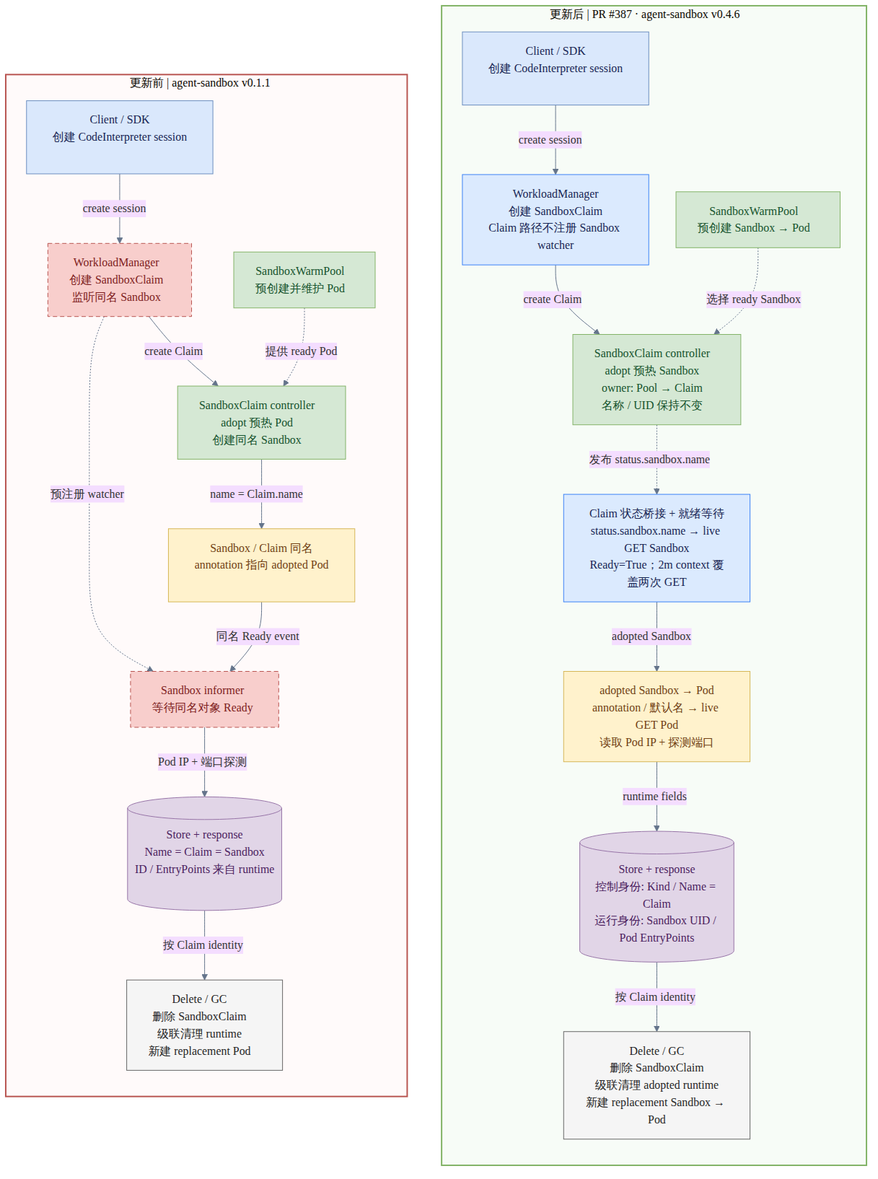
The Mermaid diagram internship-reports/day30-pr387-before-after-data-flow.png in ranxi2001/agentcube, before a commit. Its source is kept beside it as internship-reports/day30-pr387-before-after-data-flow.mmd. Its diagram source:
```mermaid
---
config:
  theme: base
  themeVariables:
    background: "#ffffff"
    fontFamily: "Noto Sans CJK SC, Microsoft YaHei, Arial, sans-serif"
    lineColor: "#64748b"
  flowchart:
    curve: basis
    htmlLabels: true
    nodeSpacing: 38
    rankSpacing: 48
---
flowchart LR
    accTitle: PR 387 warm-pool data flow before and after the agent-sandbox upgrade
    accDescr: The old v0.1.1 path adopts a pre-warmed Pod and creates a Sandbox with the Claim name. The new v0.4.6 path adopts a pre-warmed Sandbox with a different runtime identity, publishes that name through Claim status, and preserves the Claim identity in Store for deletion.

    subgraph BEFORE["更新前 | agent-sandbox v0.1.1"]
        direction TB
        B_REQ["Client / SDK<br/>创建 CodeInterpreter session"]:::source
        B_WM["WorkloadManager<br/>创建 SandboxClaim<br/>监听同名 Sandbox"]:::legacy
        B_POOL["SandboxWarmPool<br/>预创建并维护 Pod"]:::controller
        B_ADOPT["SandboxClaim controller<br/>adopt 预热 Pod<br/>创建同名 Sandbox"]:::controller
        B_RUNTIME["Sandbox / Claim 同名<br/>annotation 指向 adopted Pod"]:::runtime
        B_READY["Sandbox informer<br/>等待同名对象 Ready"]:::legacy
        B_STORE[("Store + response<br/>Name = Claim = Sandbox<br/>ID / EntryPoints 来自 runtime")]:::state
        B_DELETE["Delete / GC<br/>删除 SandboxClaim<br/>级联清理 runtime<br/>新建 replacement Pod"]:::lifecycle

        B_REQ -->|create session| B_WM
        B_WM -->|create Claim| B_ADOPT
        B_POOL -.->|提供 ready Pod| B_ADOPT
        B_ADOPT -->|name = Claim.name| B_RUNTIME
        B_RUNTIME -->|同名 Ready event| B_READY
        B_WM -.->|预注册 watcher| B_READY
        B_READY -->|Pod IP + 端口探测| B_STORE
        B_STORE -->|按 Claim identity| B_DELETE
    end

    subgraph AFTER["更新后 | PR #387 · agent-sandbox v0.4.6"]
        direction TB
        A_REQ["Client / SDK<br/>创建 CodeInterpreter session"]:::source
        A_WM["WorkloadManager<br/>创建 SandboxClaim<br/>Claim 路径不注册 Sandbox watcher"]:::process
        A_POOL["SandboxWarmPool<br/>预创建 Sandbox → Pod"]:::controller
        A_ADOPT["SandboxClaim controller<br/>adopt 预热 Sandbox<br/>owner: Pool → Claim<br/>名称 / UID 保持不变"]:::controller
        A_READY["Claim 状态桥接 + 就绪等待<br/>status.sandbox.name → live GET Sandbox<br/>Ready=True；2m context 覆盖两次 GET"]:::process
        A_RUNTIME["adopted Sandbox → Pod<br/>annotation / 默认名 → live GET Pod<br/>读取 Pod IP + 探测端口"]:::runtime
        A_STORE[("Store + response<br/>控制身份: Kind / Name = Claim<br/>运行身份: Sandbox UID / Pod EntryPoints")]:::state
        A_DELETE["Delete / GC<br/>删除 SandboxClaim<br/>级联清理 adopted runtime<br/>新建 replacement Sandbox → Pod"]:::lifecycle

        A_REQ -->|create session| A_WM
        A_WM -->|create Claim| A_ADOPT
        A_POOL -.->|选择 ready Sandbox| A_ADOPT
        A_ADOPT -.->|发布 status.sandbox.name| A_READY
        A_READY -->|adopted Sandbox| A_RUNTIME
        A_RUNTIME -->|runtime fields| A_STORE
        A_STORE -->|按 Claim identity| A_DELETE
    end

    B_REQ ~~~ A_REQ

    classDef source fill:#dae8fc,stroke:#6c8ebf,color:#172554;
    classDef process fill:#dbeafe,stroke:#3b82f6,color:#172554;
    classDef controller fill:#d5e8d4,stroke:#82b366,color:#14532d;
    classDef runtime fill:#fff2cc,stroke:#d6b656,color:#713f12;
    classDef state fill:#e1d5e7,stroke:#9673a6,color:#4c1d5f;
    classDef lifecycle fill:#f5f5f5,stroke:#666666,color:#262626;
    classDef legacy fill:#f8cecc,stroke:#b85450,color:#7f1d1d,stroke-dasharray:6 4;

    style BEFORE fill:#fffafa,stroke:#b85450,stroke-width:2px
    style AFTER fill:#f7fcf7,stroke:#82b366,stroke-width:2px
```
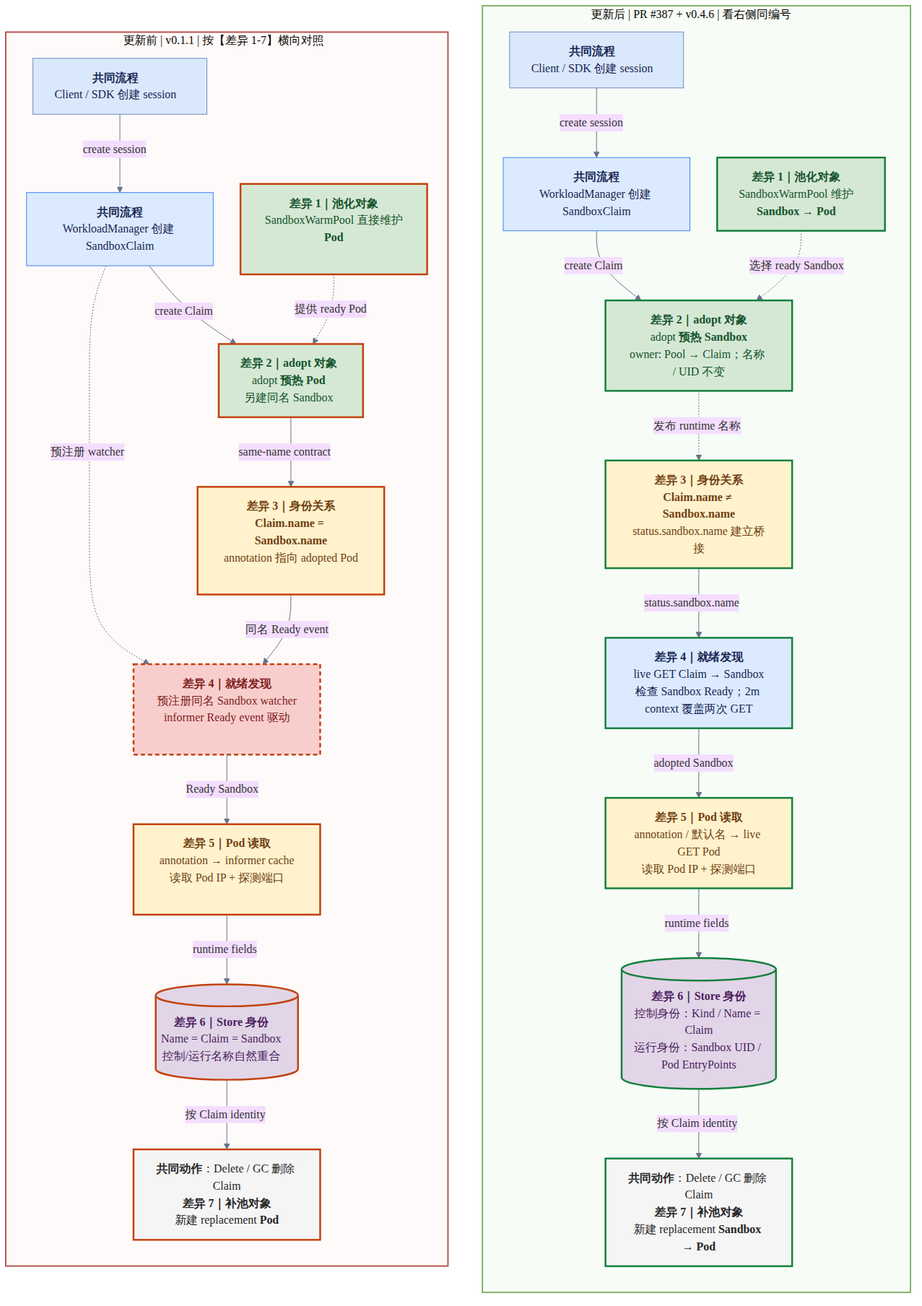
Later version of the same file.

Commit message:
docs: label pr 387 data flow differences [skip ci]

Change to the diagram source:
```diff
@@ -15,44 +15,48 @@
     accTitle: PR 387 warm-pool data flow before and after the agent-sandbox upgrade
     accDescr: The old v0.1.1 path adopts a pre-warmed Pod and creates a Sandbox with the Claim name. The new v0.4.6 path adopts a pre-warmed Sandbox with a different runtime identity, publishes that name through Claim status, and preserves the Claim identity in Store for deletion.
 
-    subgraph BEFORE["更新前 | agent-sandbox v0.1.1"]
+    subgraph BEFORE["更新前 | v0.1.1 | 按【差异 1-7】横向对照"]
         direction TB
-        B_REQ["Client / SDK<br/>创建 CodeInterpreter session"]:::source
-        B_WM["WorkloadManager<br/>创建 SandboxClaim<br/>监听同名 Sandbox"]:::legacy
-        B_POOL["SandboxWarmPool<br/>预创建并维护 Pod"]:::controller
-        B_ADOPT["SandboxClaim controller<br/>adopt 预热 Pod<br/>创建同名 Sandbox"]:::controller
-        B_RUNTIME["Sandbox / Claim 同名<br/>annotation 指向 adopted Pod"]:::runtime
-        B_READY["Sandbox informer<br/>等待同名对象 Ready"]:::legacy
-        B_STORE[("Store + response<br/>Name = Claim = Sandbox<br/>ID / EntryPoints 来自 runtime")]:::state
-        B_DELETE["Delete / GC<br/>删除 SandboxClaim<br/>级联清理 runtime<br/>新建 replacement Pod"]:::lifecycle
+        B_REQ["<b>共同流程</b><br/>Client / SDK 创建 session"]:::source
+        B_WM["<b>共同流程</b><br/>WorkloadManager 创建 SandboxClaim"]:::process
+        B_POOL["<b>差异 1｜池化对象</b><br/>SandboxWarmPool 直接维护<br/><b>Pod</b>"]:::controller
+        B_ADOPT["<b>差异 2｜adopt 对象</b><br/>adopt <b>预热 Pod</b><br/>另建同名 Sandbox"]:::controller
+        B_IDENTITY["<b>差异 3｜身份关系</b><br/><b>Claim.name = Sandbox.name</b><br/>annotation 指向 adopted Pod"]:::runtime
+        B_READY["<b>差异 4｜就绪发现</b><br/>预注册同名 Sandbox watcher<br/>informer Ready event 驱动"]:::legacy
+        B_POD["<b>差异 5｜Pod 读取</b><br/>annotation → informer cache<br/>读取 Pod IP + 探测端口"]:::runtime
+        B_STORE[("<b>差异 6｜Store 身份</b><br/>Name = Claim = Sandbox<br/>控制/运行名称自然重合")]:::state
+        B_DELETE["<b>共同动作</b>：Delete / GC 删除 Claim<br/><b>差异 7｜补池对象</b><br/>新建 replacement <b>Pod</b>"]:::lifecycle
 
         B_REQ -->|create session| B_WM
         B_WM -->|create Claim| B_ADOPT
         B_POOL -.->|提供 ready Pod| B_ADOPT
-        B_ADOPT -->|name = Claim.name| B_RUNTIME
-        B_RUNTIME -->|同名 Ready event| B_READY
+        B_ADOPT -->|same-name contract| B_IDENTITY
+        B_IDENTITY -->|同名 Ready event| B_READY
         B_WM -.->|预注册 watcher| B_READY
-        B_READY -->|Pod IP + 端口探测| B_STORE
+        B_READY -->|Ready Sandbox| B_POD
+        B_POD -->|runtime fields| B_STORE
         B_STORE -->|按 Claim identity| B_DELETE
     end
 
-    subgraph AFTER["更新后 | PR #387 · agent-sandbox v0.4.6"]
+    subgraph AFTER["更新后 | PR #387 + v0.4.6 | 看右侧同编号"]
         direction TB
-        A_REQ["Client / SDK<br/>创建 CodeInterpreter session"]:::source
-        A_WM["WorkloadManager<br/>创建 SandboxClaim<br/>Claim 路径不注册 Sandbox watcher"]:::process
-        A_POOL["SandboxWarmPool<br/>预创建 Sandbox → Pod"]:::controller
-        A_ADOPT["SandboxClaim controller<br/>adopt 预热 Sandbox<br/>owner: Pool → Claim<br/>名称 / UID 保持不变"]:::controller
-        A_READY["Claim 状态桥接 + 就绪等待<br/>status.sandbox.name → live GET Sandbox<br/>Ready=True；2m context 覆盖两次 GET"]:::process
-        A_RUNTIME["adopted Sandbox → Pod<br/>annotation / 默认名 → live GET Pod<br/>读取 Pod IP + 探测端口"]:::runtime
-        A_STORE[("Store + response<br/>控制身份: Kind / Name = Claim<br/>运行身份: Sandbox UID / Pod EntryPoints")]:::state
-        A_DELETE["Delete / GC<br/>删除 SandboxClaim<br/>级联清理 adopted runtime<br/>新建 replacement Sandbox → Pod"]:::lifecycle
+        A_REQ["<b>共同流程</b><br/>Client / SDK 创建 session"]:::source
+        A_WM["<b>共同流程</b><br/>WorkloadManager 创建 SandboxClaim"]:::process
+        A_POOL["<b>差异 1｜池化对象</b><br/>SandboxWarmPool 维护<br/><b>Sandbox → Pod</b>"]:::controller
+        A_ADOPT["<b>差异 2｜adopt 对象</b><br/>adopt <b>预热 Sandbox</b><br/>owner: Pool → Claim；名称 / UID 不变"]:::controller
+        A_IDENTITY["<b>差异 3｜身份关系</b><br/><b>Claim.name ≠ Sandbox.name</b><br/>status.sandbox.name 建立桥接"]:::runtime
+        A_READY["<b>差异 4｜就绪发现</b><br/>live GET Claim → Sandbox<br/>检查 Sandbox Ready；2m context 覆盖两次 GET"]:::process
+        A_POD["<b>差异 5｜Pod 读取</b><br/>annotation / 默认名 → live GET Pod<br/>读取 Pod IP + 探测端口"]:::runtime
+        A_STORE[("<b>差异 6｜Store 身份</b><br/>控制身份：Kind / Name = Claim<br/>运行身份：Sandbox UID / Pod EntryPoints")]:::state
+        A_DELETE["<b>共同动作</b>：Delete / GC 删除 Claim<br/><b>差异 7｜补池对象</b><br/>新建 replacement <b>Sandbox → Pod</b>"]:::lifecycle
 
         A_REQ -->|create session| A_WM
         A_WM -->|create Claim| A_ADOPT
         A_POOL -.->|选择 ready Sandbox| A_ADOPT
-        A_ADOPT -.->|发布 status.sandbox.name| A_READY
-        A_READY -->|adopted Sandbox| A_RUNTIME
-        A_RUNTIME -->|runtime fields| A_STORE
+        A_ADOPT -.->|发布 runtime 名称| A_IDENTITY
+        A_IDENTITY -->|status.sandbox.name| A_READY
+        A_READY -->|adopted Sandbox| A_POD
+        A_POD -->|runtime fields| A_STORE
         A_STORE -->|按 Claim identity| A_DELETE
     end
 
@@ -65,6 +69,11 @@
     classDef state fill:#e1d5e7,stroke:#9673a6,color:#4c1d5f;
     classDef lifecycle fill:#f5f5f5,stroke:#666666,color:#262626;
     classDef legacy fill:#f8cecc,stroke:#b85450,color:#7f1d1d,stroke-dasharray:6 4;
+    classDef beforeDiff stroke:#c2410c,stroke-width:2.5px;
+    classDef afterDiff stroke:#15803d,stroke-width:2.5px;
+
+    class B_POOL,B_ADOPT,B_IDENTITY,B_READY,B_POD,B_STORE,B_DELETE beforeDiff;
+    class A_POOL,A_ADOPT,A_IDENTITY,A_READY,A_POD,A_STORE,A_DELETE afterDiff;
 
     style BEFORE fill:#fffafa,stroke:#b85450,stroke-width:2px
     style AFTER fill:#f7fcf7,stroke:#82b366,stroke-width:2px
```
